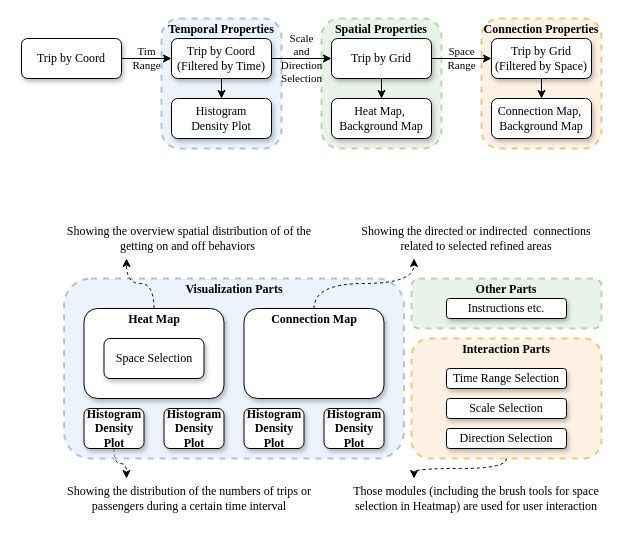
The draw.io diagram Visualization.drawio in GongSicong/DataVisualization, before the edit. Source tidied: cells renumbered, new cells numbered last; positions are measured from the earlier drawing's top-left corner, leaving out a move shared by most shapes. Both pictures are drawn from the tidied source at 100%, with x=0, y=0 at pixel (21, 18).
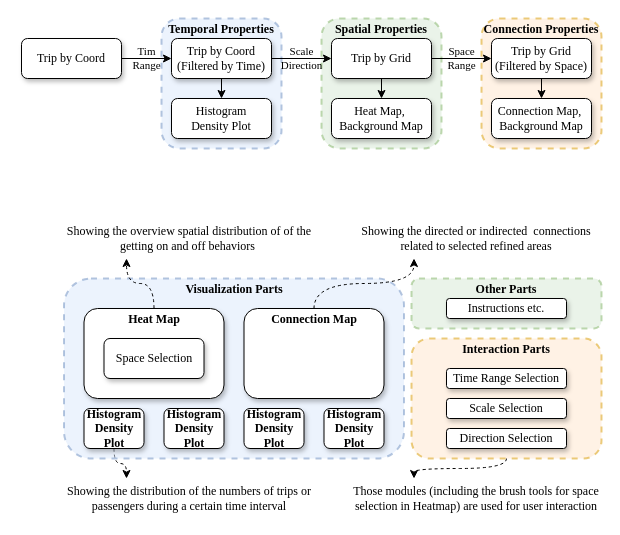
The same diagram, later.

Unchanged cells that the change refers to:
```xml
<mxCell id="28" value="Trip by Coord&lt;br&gt;(Filtered by Time)" style="rounded=1;shadow=1;fontFamily=Times New Roman;align=center;labelBackgroundColor=none;labelBorderColor=none;whiteSpace=wrap;html=1;points=[[0,0,0,0,0],[0,0.3,0,0,0],[0,0.5,0,0,0],[0,0.85,0,0,0],[0,1,0,0,0],[0.25,0,0,0,0],[0.25,1,0,0,0],[0.5,0,0,0,0],[0.5,1,0,0,0],[0.75,0,0,0,0],[0.75,1,0,0,0],[1,0,0,0,0],[1,0.25,0,0,0],[1,0.5,0,0,0],[1,0.75,0,0,0],[1,1,0,0,0]];" parent="1" vertex="1">
  <mxGeometry x="150" y="20" width="100" height="40" as="geometry" />
</mxCell>
<mxCell id="29" value="Trip by Grid" style="rounded=1;shadow=1;fontFamily=Times New Roman;align=center;labelBackgroundColor=none;labelBorderColor=none;whiteSpace=wrap;html=1;points=[[0,0,0,0,0],[0,0.3,0,0,0],[0,0.5,0,0,0],[0,0.85,0,0,0],[0,1,0,0,0],[0.25,0,0,0,0],[0.25,1,0,0,0],[0.5,0,0,0,0],[0.5,1,0,0,0],[0.75,0,0,0,0],[0.75,1,0,0,0],[1,0,0,0,0],[1,0.25,0,0,0],[1,0.5,0,0,0],[1,0.75,0,0,0],[1,1,0,0,0]];" parent="1" vertex="1">
  <mxGeometry x="310" y="20" width="100" height="40" as="geometry" />
</mxCell>
```

The edit, as a diff of the source:
```diff
@@
-    <mxCell id="31" value="Scale&lt;br&gt;and&lt;br&gt;Direction&lt;br&gt;Selection" style="endArrow=classic;html=1;rounded=0;exitX=1;exitY=0.5;exitDx=0;exitDy=0;exitPerimeter=0;labelBackgroundColor=none;fontFamily=Times New Roman;" parent="1" edge="1" source="28" target="29">
+    <mxCell id="31" value="Scale&lt;br&gt;Direction" style="endArrow=classic;html=1;rounded=0;exitX=1;exitY=0.5;exitDx=0;exitDy=0;exitPerimeter=0;labelBackgroundColor=none;fontFamily=Times New Roman;" parent="1" edge="1" source="28" target="29">
       <mxGeometry relative="1" as="geometry" />
     </mxCell>
```
